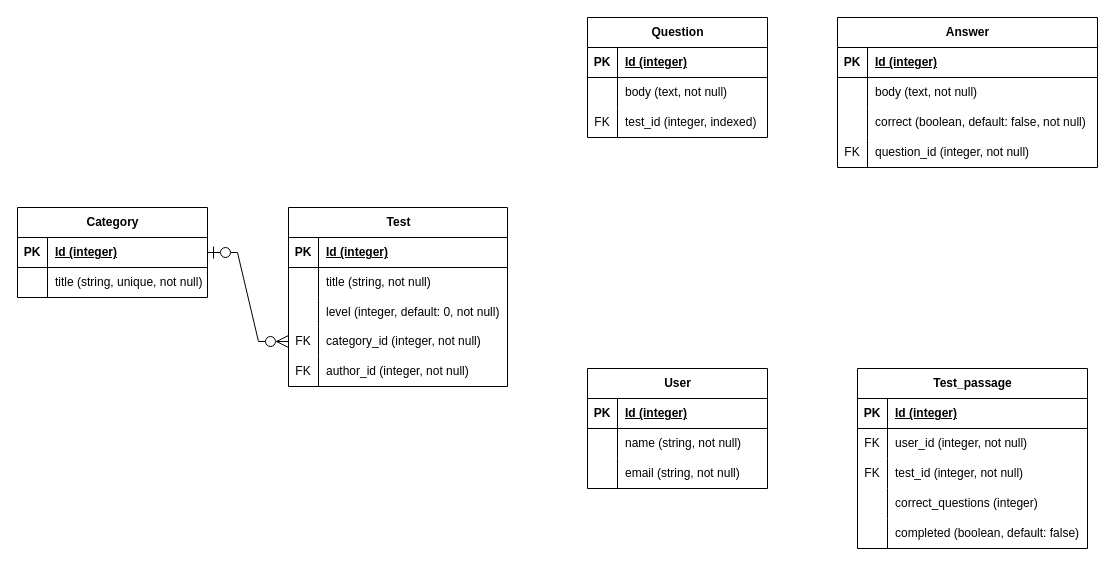
Above: Untitled Diagram.drawio in RomaVega/test-guru (draw.io), before the change. Source tidied: cells renumbered, new cells numbered last; positions are measured from the earlier drawing's top-left corner, leaving out a move shared by most shapes. Both pictures are drawn from the tidied source at 100%, with x=0, y=0 at pixel (17, 17).
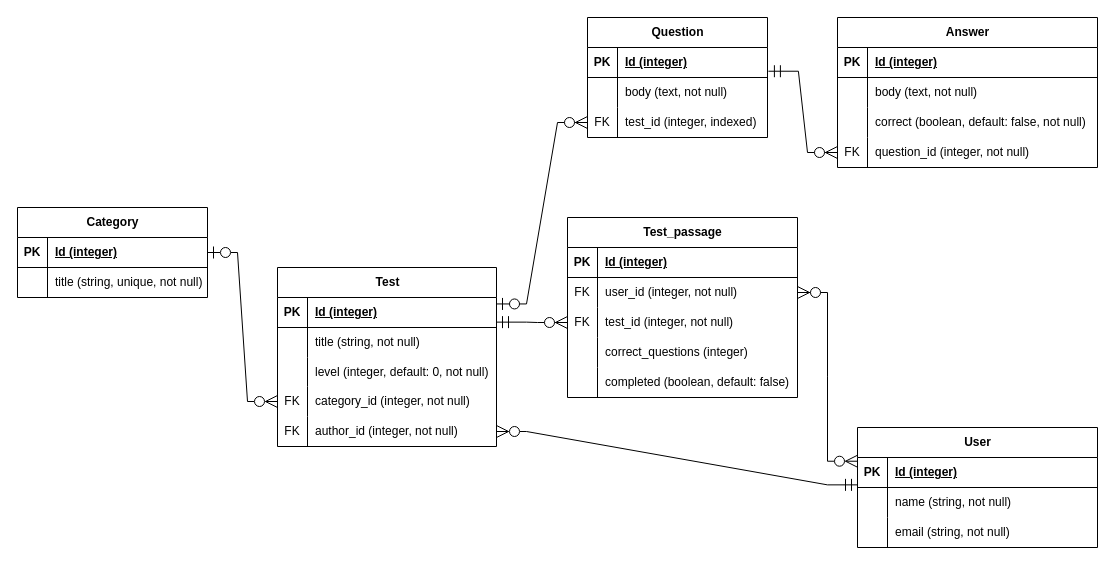
Above is the later version.

The change refers to these unchanged cells:
```xml
<mxCell id="10" style="shape=tableRow;horizontal=0;startSize=0;swimlaneHead=0;swimlaneBody=0;fillColor=none;points=[[0,0.5],[1,0.5]];portConstraint=eastwest;top=0;left=0;right=0;bottom=1;fontSize=12;" parent="9" vertex="1">
  <mxGeometry y="30" width="219" height="30" as="geometry" />
</mxCell>
<mxCell id="22" style="shape=tableRow;horizontal=0;startSize=0;swimlaneHead=0;swimlaneBody=0;fillColor=none;points=[[0,0.5],[1,0.5]];portConstraint=eastwest;top=0;left=0;right=0;bottom=0;fontSize=12;" parent="9" vertex="1">
  <mxGeometry y="149" width="219" height="30" as="geometry" />
</mxCell>
<mxCell id="27" style="shape=tableRow;horizontal=0;startSize=0;swimlaneHead=0;swimlaneBody=0;fillColor=none;points=[[0,0.5],[1,0.5]];portConstraint=eastwest;top=0;left=0;right=0;bottom=1;fontSize=12;" parent="26" vertex="1">
  <mxGeometry y="30" width="180" height="30" as="geometry" />
</mxCell>
<mxCell id="33" style="shape=tableRow;horizontal=0;startSize=0;swimlaneHead=0;swimlaneBody=0;fillColor=none;points=[[0,0.5],[1,0.5]];portConstraint=eastwest;top=0;left=0;right=0;bottom=0;fontSize=12;" parent="26" vertex="1">
  <mxGeometry y="90" width="180" height="30" as="geometry" />
</mxCell>
<mxCell id="50" style="shape=tableRow;horizontal=0;startSize=0;swimlaneHead=0;swimlaneBody=0;fillColor=none;points=[[0,0.5],[1,0.5]];portConstraint=eastwest;top=0;left=0;right=0;bottom=0;fontSize=12;" parent="46" vertex="1">
  <mxGeometry y="60" width="230" height="30" as="geometry" />
</mxCell>
<mxCell id="53" style="shape=tableRow;horizontal=0;startSize=0;swimlaneHead=0;swimlaneBody=0;fillColor=none;points=[[0,0.5],[1,0.5]];portConstraint=eastwest;top=0;left=0;right=0;bottom=0;fontSize=12;" parent="46" vertex="1">
  <mxGeometry y="90" width="230" height="30" as="geometry" />
</mxCell>
<mxCell id="72" style="shape=tableRow;horizontal=0;startSize=0;swimlaneHead=0;swimlaneBody=0;fillColor=none;points=[[0,0.5],[1,0.5]];portConstraint=eastwest;top=0;left=0;right=0;bottom=0;fontSize=12;" parent="62" vertex="1">
  <mxGeometry y="120" width="260" height="30" as="geometry" />
</mxCell>
```

Diff of the diagram source:
```diff
@@
     <mxCell id="9" value="Test" style="shape=table;startSize=30;childLayout=tableLayout;rowLines=0;fontStyle=1;align=center;html=1;fontSize=12;" parent="1" vertex="1">
-      <mxGeometry x="271" y="190" width="219" height="179" as="geometry" />
+      <mxGeometry x="260" y="250" width="219" height="179" as="geometry" />
     </mxCell>
@@
     <mxCell id="36" value="User" style="shape=table;startSize=30;childLayout=tableLayout;rowLines=0;fontStyle=1;align=center;html=1;fontSize=12;" parent="1" vertex="1">
-      <mxGeometry x="570" y="351" width="180" height="120" as="geometry" />
+      <mxGeometry x="840" y="410" width="240" height="120" as="geometry" />
     </mxCell>
     <mxCell id="37" style="shape=tableRow;horizontal=0;startSize=0;swimlaneHead=0;swimlaneBody=0;fillColor=none;points=[[0,0.5],[1,0.5]];portConstraint=eastwest;top=0;left=0;right=0;bottom=1;fontSize=12;" parent="36" vertex="1">
-      <mxGeometry y="30" width="180" height="30" as="geometry" />
+      <mxGeometry y="30" width="240" height="30" as="geometry" />
     </mxCell>
@@
     <mxCell id="39" value="Id (integer)" style="shape=partialRectangle;fillColor=none;top=0;left=0;bottom=0;right=0;align=left;spacingLeft=6;fontStyle=5;overflow=hidden;whiteSpace=wrap;html=1;fontSize=12;" parent="37" vertex="1">
-      <mxGeometry x="30" width="150" height="30" as="geometry" />
+      <mxGeometry x="30" width="210" height="30" as="geometry" />
     </mxCell>
     <mxCell id="40" style="shape=tableRow;horizontal=0;startSize=0;swimlaneHead=0;swimlaneBody=0;fillColor=none;points=[[0,0.5],[1,0.5]];portConstraint=eastwest;top=0;left=0;right=0;bottom=0;fontSize=12;" parent="36" vertex="1">
-      <mxGeometry y="60" width="180" height="30" as="geometry" />
+      <mxGeometry y="60" width="240" height="30" as="geometry" />
     </mxCell>
@@
     <mxCell id="42" value="name (string, not null)" style="shape=partialRectangle;fillColor=none;top=0;left=0;bottom=0;right=0;align=left;spacingLeft=6;overflow=hidden;whiteSpace=wrap;html=1;fontSize=12;" parent="40" vertex="1">
-      <mxGeometry x="30" width="150" height="30" as="geometry" />
+      <mxGeometry x="30" width="210" height="30" as="geometry" />
     </mxCell>
     <mxCell id="43" style="shape=tableRow;horizontal=0;startSize=0;swimlaneHead=0;swimlaneBody=0;fillColor=none;top=0;left=0;right=0;bottom=0;fontSize=12;" parent="36" vertex="1">
-      <mxGeometry y="90" width="180" height="30" as="geometry" />
+      <mxGeometry y="90" width="240" height="30" as="geometry" />
     </mxCell>
@@
     <mxCell id="45" value="email (string, not null)" style="shape=partialRectangle;fillColor=none;top=0;left=0;bottom=0;right=0;align=left;spacingLeft=6;overflow=hidden;whiteSpace=wrap;html=1;fontSize=12;" parent="43" vertex="1">
-      <mxGeometry x="30" width="150" height="30" as="geometry" />
+      <mxGeometry x="30" width="210" height="30" as="geometry" />
     </mxCell>
     <mxCell id="46" value="Test_passage" style="shape=table;startSize=30;childLayout=tableLayout;rowLines=0;fontStyle=1;align=center;html=1;fontSize=12;" parent="1" vertex="1">
-      <mxGeometry x="840" y="351" width="230" height="180" as="geometry" />
+      <mxGeometry x="550" y="200" width="230" height="180" as="geometry" />
     </mxCell>
@@
+    <mxCell id="75" style="edgeStyle=entityRelationEdgeStyle;fontSize=12;html=1;endArrow=ERzeroToMany;startArrow=ERzeroToOne;rounded=0;entryX=0;entryY=0.5;entryDx=0;entryDy=0;endSize=10;startSize=10;exitX=1;exitY=0.215;exitDx=0;exitDy=0;exitPerimeter=0;" parent="1" edge="1" source="10" target="33">
+      <mxGeometry relative="1" as="geometry" />
+    </mxCell>
+    <mxCell id="76" style="edgeStyle=entityRelationEdgeStyle;fontSize=12;html=1;endArrow=ERzeroToMany;startArrow=ERmandOne;rounded=0;endSize=10;startSize=10;entryX=0;entryY=0.5;entryDx=0;entryDy=0;exitX=1.005;exitY=0.791;exitDx=0;exitDy=0;exitPerimeter=0;startFill=0;" parent="1" edge="1" source="27" target="72">
+      <mxGeometry relative="1" as="geometry" />
+    </mxCell>
+    <mxCell id="77" style="edgeStyle=entityRelationEdgeStyle;fontSize=12;html=1;endArrow=ERzeroToMany;startArrow=ERzeroToMany;rounded=0;exitX=1;exitY=0.5;exitDx=0;exitDy=0;entryX=0;entryY=0.124;entryDx=0;entryDy=0;endFill=0;endSize=10;startSize=10;entryPerimeter=0;" parent="1" edge="1" source="50" target="37">
+      <mxGeometry relative="1" as="geometry" />
+    </mxCell>
+    <mxCell id="78" style="edgeStyle=entityRelationEdgeStyle;fontSize=12;html=1;endArrow=ERzeroToMany;startArrow=ERmandOne;rounded=0;entryX=0;entryY=0.5;entryDx=0;entryDy=0;endSize=10;startSize=10;exitX=1;exitY=0.821;exitDx=0;exitDy=0;exitPerimeter=0;startFill=0;" parent="1" edge="1" source="10" target="53">
+      <mxGeometry relative="1" as="geometry" />
+    </mxCell>
+    <mxCell id="79" style="edgeStyle=entityRelationEdgeStyle;fontSize=12;html=1;endArrow=ERmandOne;startArrow=ERzeroToMany;rounded=0;exitX=1;exitY=0.5;exitDx=0;exitDy=0;entryX=0;entryY=-0.088;entryDx=0;entryDy=0;entryPerimeter=0;startFill=0;endFill=0;endSize=10;startSize=10;" parent="1" edge="1" source="22" target="40">
+      <mxGeometry relative="1" as="geometry" />
+    </mxCell>
```
